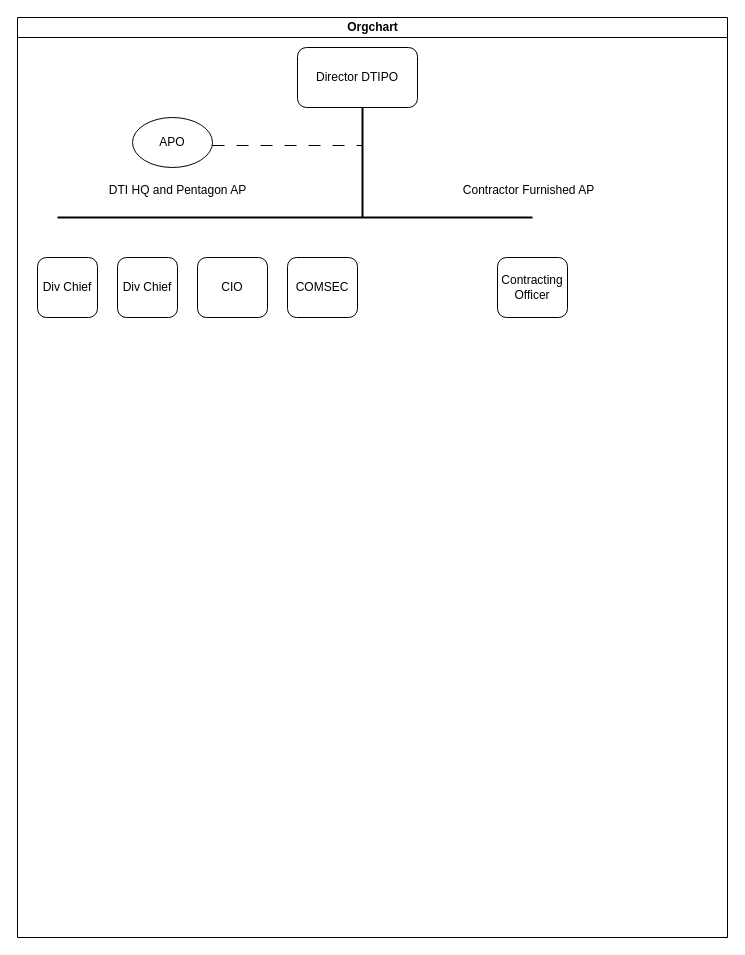
This is AP ORG flow.drawio from moondog69/drawings, a draw.io file, before an edit. Source tidied: cells renumbered, new cells numbered last; positions are measured from the earlier drawing's top-left corner, leaving out a move shared by most shapes. Both pictures are drawn from the tidied source at 100%, with x=0, y=0 at pixel (17, 17).
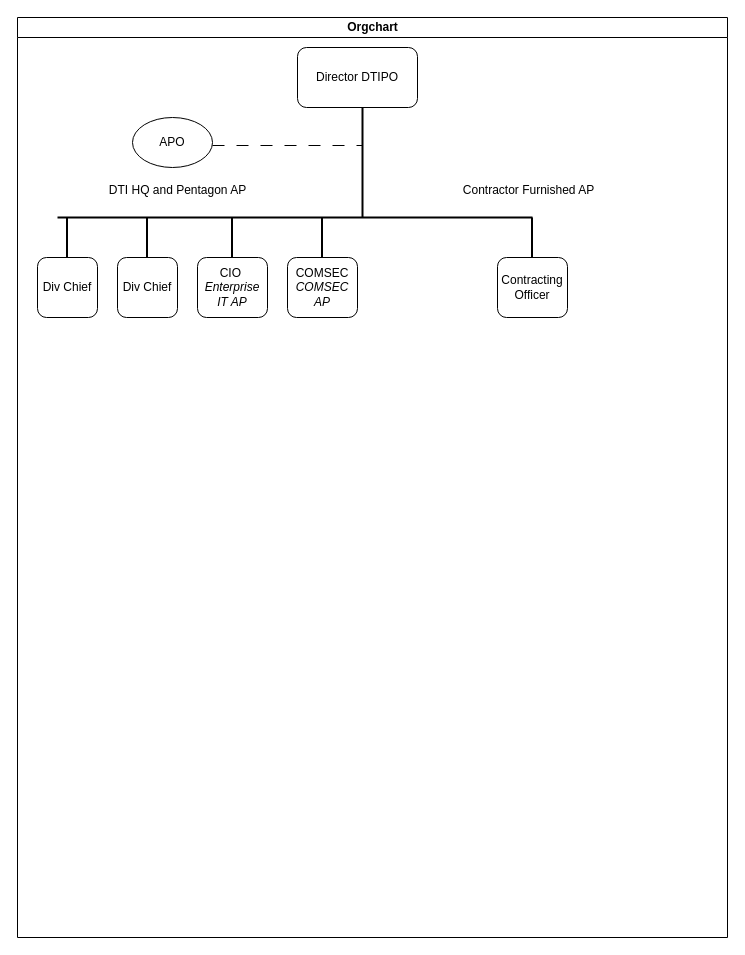
The same page after the edit.

The change refers to these unchanged cells:
```xml
<mxCell id="2" value="Orgchart" style="swimlane;html=1;startSize=20;horizontal=1;containerType=tree;glass=0;" parent="1" vertex="1">
  <mxGeometry width="710" height="920" as="geometry" />
</mxCell>
```

Diff of the diagram source:
```diff
@@
-    <mxCell id="6" value="CIO" style="rounded=1;whiteSpace=wrap;html=1;" parent="2" vertex="1">
+    <mxCell id="6" value="CIO&amp;nbsp;&lt;br&gt;&lt;i&gt;Enterprise IT AP&lt;/i&gt;" style="rounded=1;whiteSpace=wrap;html=1;" parent="2" vertex="1">
       <mxGeometry x="180" y="240" width="70" height="60" as="geometry" />
     </mxCell>
-    <mxCell id="7" value="COMSEC" style="rounded=1;whiteSpace=wrap;html=1;" parent="2" vertex="1">
+    <mxCell id="7" value="COMSEC&lt;br&gt;&lt;i&gt;COMSEC AP&lt;/i&gt;" style="rounded=1;whiteSpace=wrap;html=1;" parent="2" vertex="1">
       <mxGeometry x="270" y="240" width="70" height="60" as="geometry" />
     </mxCell>
@@
+    <mxCell id="15" style="endArrow=none;html=1;rounded=0;strokeWidth=2;" parent="2" edge="1">
+      <mxGeometry relative="1" as="geometry">
+        <mxPoint x="49.5" y="240" as="sourcePoint" />
+        <mxPoint x="49.5" y="200" as="targetPoint" />
+      </mxGeometry>
+    </mxCell>
+    <mxCell id="16" style="endArrow=none;html=1;rounded=0;strokeWidth=2;" parent="2" edge="1">
+      <mxGeometry relative="1" as="geometry">
+        <mxPoint x="129.5" y="240" as="sourcePoint" />
+        <mxPoint x="129.5" y="200" as="targetPoint" />
+      </mxGeometry>
+    </mxCell>
+    <mxCell id="17" style="endArrow=none;html=1;rounded=0;strokeWidth=2;" parent="2" edge="1">
+      <mxGeometry relative="1" as="geometry">
+        <mxPoint x="214.5" y="240" as="sourcePoint" />
+        <mxPoint x="214.5" y="200" as="targetPoint" />
+      </mxGeometry>
+    </mxCell>
+    <mxCell id="18" style="endArrow=none;html=1;rounded=0;strokeWidth=2;" parent="2" edge="1">
+      <mxGeometry relative="1" as="geometry">
+        <mxPoint x="304.5" y="240" as="sourcePoint" />
+        <mxPoint x="304.5" y="200" as="targetPoint" />
+      </mxGeometry>
+    </mxCell>
+    <mxCell id="19" style="endArrow=none;html=1;rounded=0;strokeWidth=2;" parent="2" edge="1">
+      <mxGeometry relative="1" as="geometry">
+        <mxPoint x="514.5" y="240" as="sourcePoint" />
+        <mxPoint x="514.5" y="200" as="targetPoint" />
+      </mxGeometry>
+    </mxCell>
```
